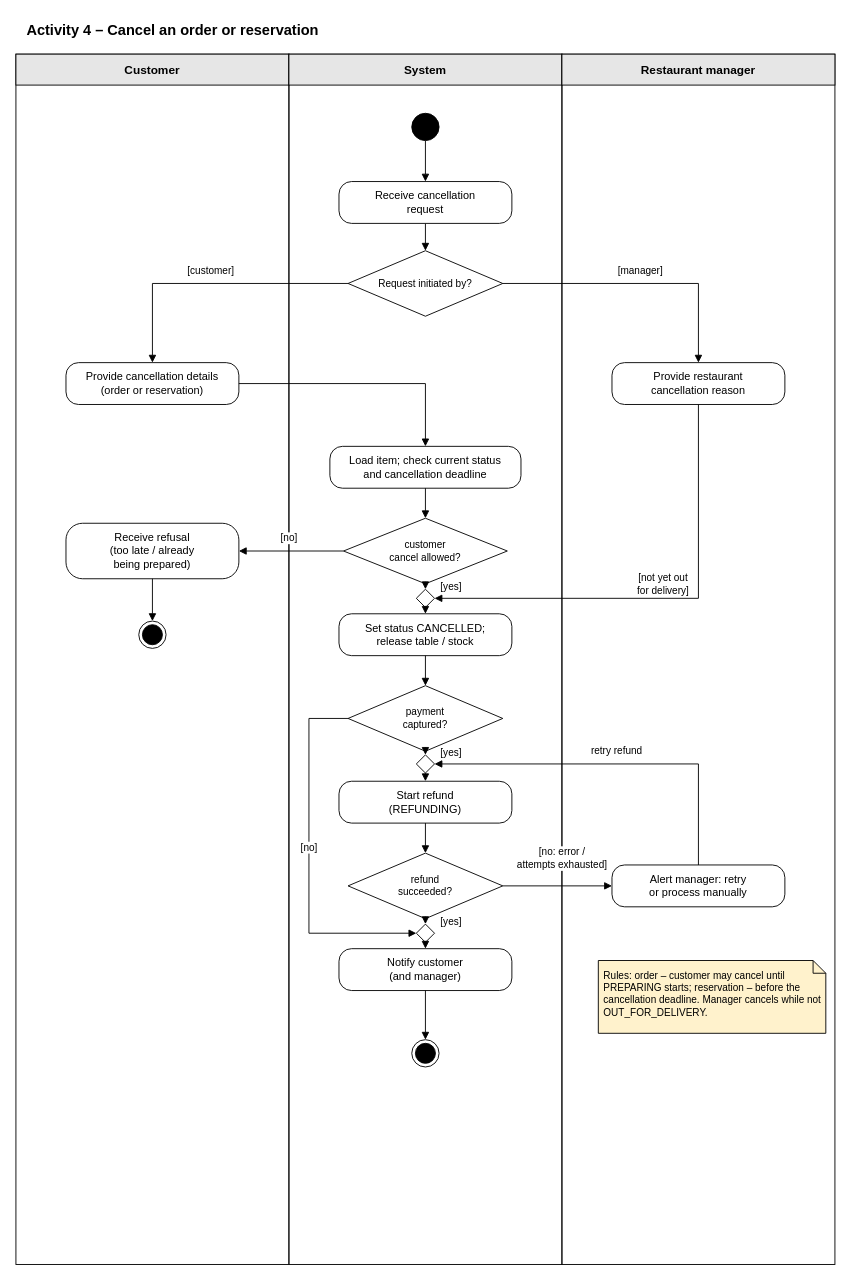
Before: Activity Diagrams/Activity_4_Cancel_order_or_reservation.drawio in Lukap42/SWE1_Project, a draw.io diagram. Source tidied: cells renumbered, new cells numbered last; positions are measured from the earlier drawing's top-left corner, leaving out a move shared by most shapes. Both pictures are drawn from the tidied source at 91%, with x=0, y=0 at pixel (15, 15).
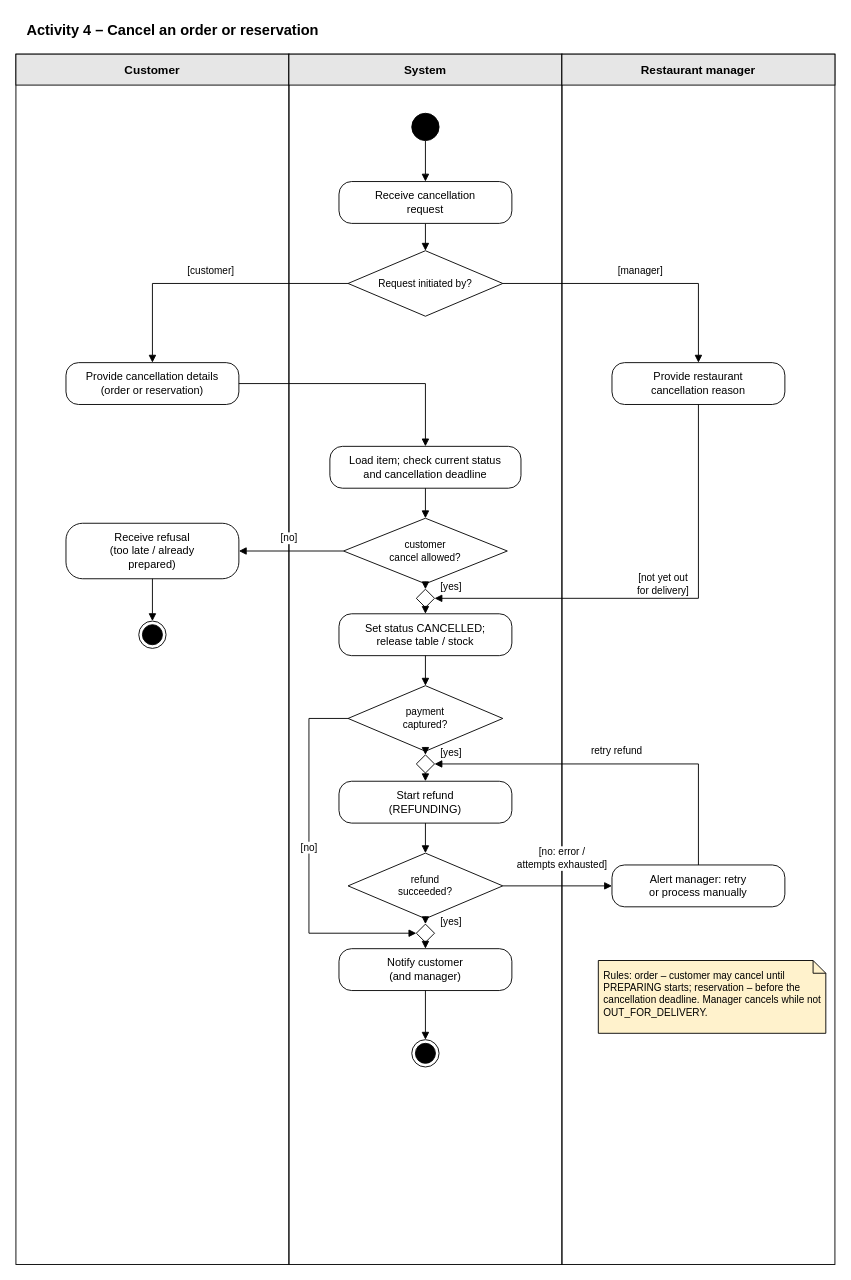
After the change.

Diff of the diagram source:
```diff
@@
-    <mxCell id="15" value="Receive refusal&lt;br&gt;(too late / already&lt;br&gt;being prepared)" style="rounded=1;arcSize=30;whiteSpace=wrap;html=1;fillColor=#FFFFFF;strokeColor=#000000;fontColor=#000000;fontSize=12;" parent="1" vertex="1">
+    <mxCell id="15" value="Receive refusal&lt;br&gt;(too late / already&lt;br&gt;prepared)" style="rounded=1;arcSize=30;whiteSpace=wrap;html=1;fillColor=#FFFFFF;strokeColor=#000000;fontColor=#000000;fontSize=12;" parent="1" vertex="1">
       <mxGeometry x="55" y="557.5" width="190" height="61" as="geometry" />
     </mxCell>
```
